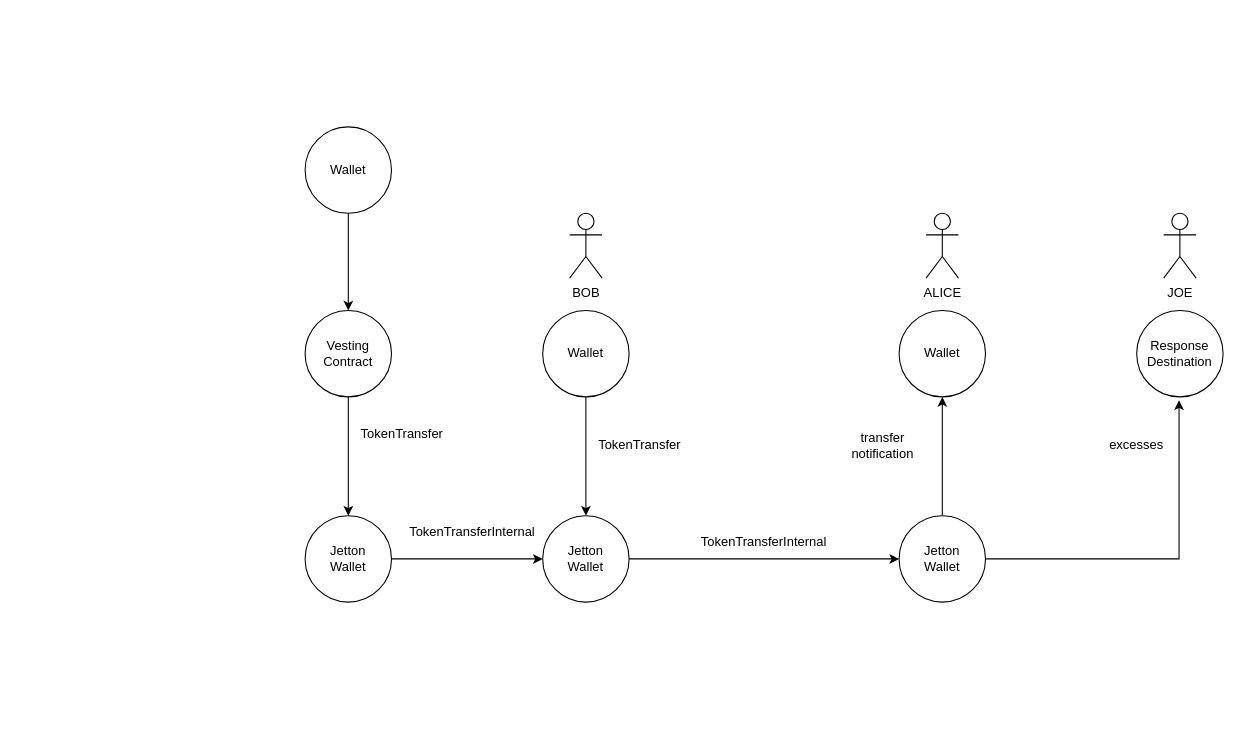
Above: page "Ton" (8 of 8) of 以太坊数据结构.drawio in jxu86/project-uml (draw.io), before the change. Source tidied: cells renumbered, new cells numbered last; positions are measured from the earlier drawing's top-left corner, leaving out a move shared by most shapes. Both pictures are drawn from the tidied source at 108%, with x=0, y=0 at pixel (305, 126).
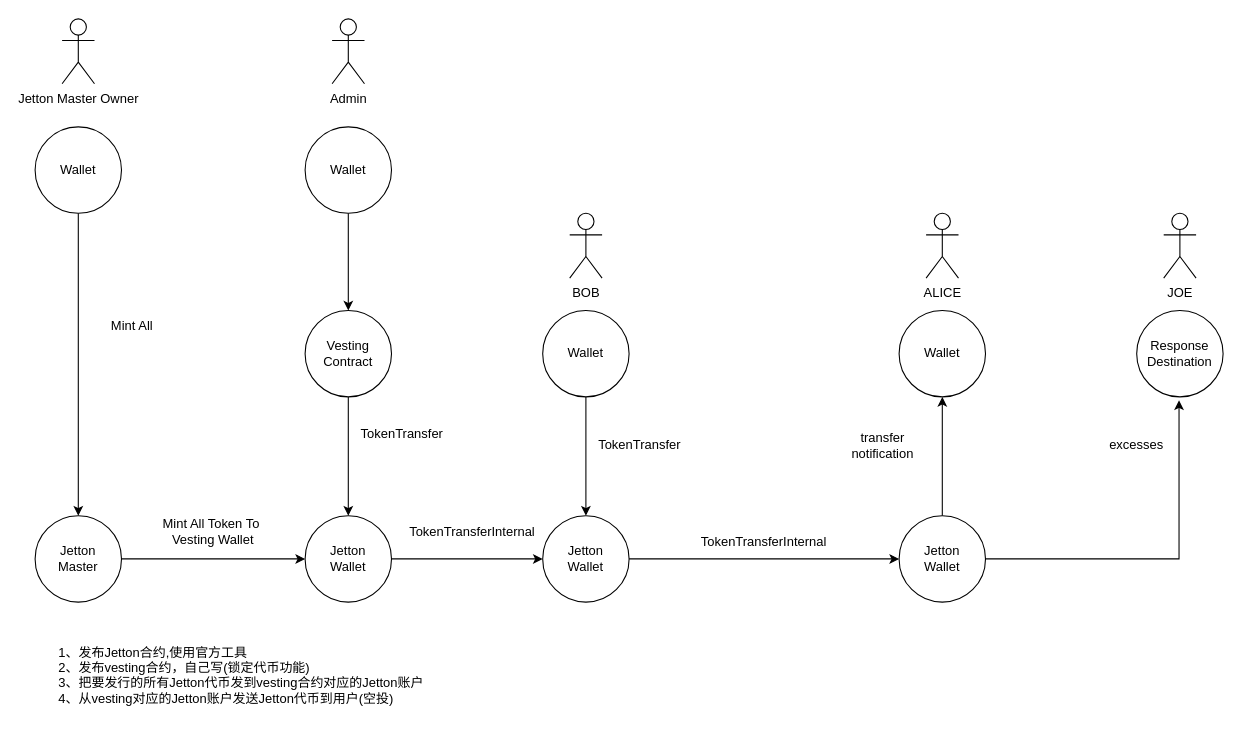
Above is the later version.

Unchanged cells that the change refers to:
```xml
<mxCell id="19" value="Jetton&lt;div&gt;Wallet&lt;/div&gt;" style="ellipse;whiteSpace=wrap;html=1;" parent="1" vertex="1">
  <mxGeometry y="360" width="80" height="80" as="geometry" />
</mxCell>
```

The edit, as a diff of the source:
```diff
@@
+    <mxCell id="26" value="Admin" style="shape=umlActor;verticalLabelPosition=bottom;verticalAlign=top;html=1;" parent="1" vertex="1">
+      <mxGeometry x="25" y="-100" width="30" height="60" as="geometry" />
+    </mxCell>
+    <mxCell id="27" style="edgeStyle=orthogonalEdgeStyle;rounded=0;jettySize=auto;html=1;" parent="1" edge="1" source="28" target="19">
+      <mxGeometry relative="1" as="geometry" />
+    </mxCell>
+    <mxCell id="28" value="Jetton&lt;div&gt;Master&lt;/div&gt;" style="ellipse;whiteSpace=wrap;html=1;" parent="1" vertex="1">
+      <mxGeometry x="-250" y="360" width="80" height="80" as="geometry" />
+    </mxCell>
+    <mxCell id="29" style="edgeStyle=orthogonalEdgeStyle;rounded=0;jettySize=auto;html=1;" parent="1" edge="1" source="30" target="28">
+      <mxGeometry relative="1" as="geometry" />
+    </mxCell>
+    <mxCell id="30" value="Wallet" style="ellipse;whiteSpace=wrap;html=1;" parent="1" vertex="1">
+      <mxGeometry x="-250" width="80" height="80" as="geometry" />
+    </mxCell>
+    <mxCell id="31" value="Mint All Token To&amp;nbsp;&lt;div&gt;Vesting Wallet&lt;/div&gt;" style="text;html=1;align=center;verticalAlign=middle;whiteSpace=wrap;rounded=0;" parent="1" vertex="1">
+      <mxGeometry x="-160" y="360" width="150" height="30" as="geometry" />
+    </mxCell>
+    <mxCell id="32" value="Mint All" style="text;html=1;align=center;verticalAlign=middle;whiteSpace=wrap;rounded=0;" parent="1" vertex="1">
+      <mxGeometry x="-210" y="170" width="100" height="30" as="geometry" />
+    </mxCell>
+    <mxCell id="33" value="Jetton Master Owner" style="shape=umlActor;verticalLabelPosition=bottom;verticalAlign=top;html=1;" parent="1" vertex="1">
+      <mxGeometry x="-225" y="-100" width="30" height="60" as="geometry" />
+    </mxCell>
+    <mxCell id="34" value="1、发布Jetton合约,使用官方工具&lt;div&gt;2、发布vesting合约，自己写(锁定代币功能)&lt;/div&gt;&lt;div&gt;3、把要发行的所有Jetton代币发到vesting合约对应的Jetton账户&lt;/div&gt;&lt;div&gt;4、从vesting对应的Jetton账户发送Jetton代币到用户(空投)&lt;/div&gt;&lt;div&gt;&lt;br&gt;&lt;/div&gt;" style="text;html=1;align=left;verticalAlign=middle;whiteSpace=wrap;rounded=0;" parent="1" vertex="1">
+      <mxGeometry x="-230" y="470" width="485" height="90" as="geometry" />
+    </mxCell>
```
